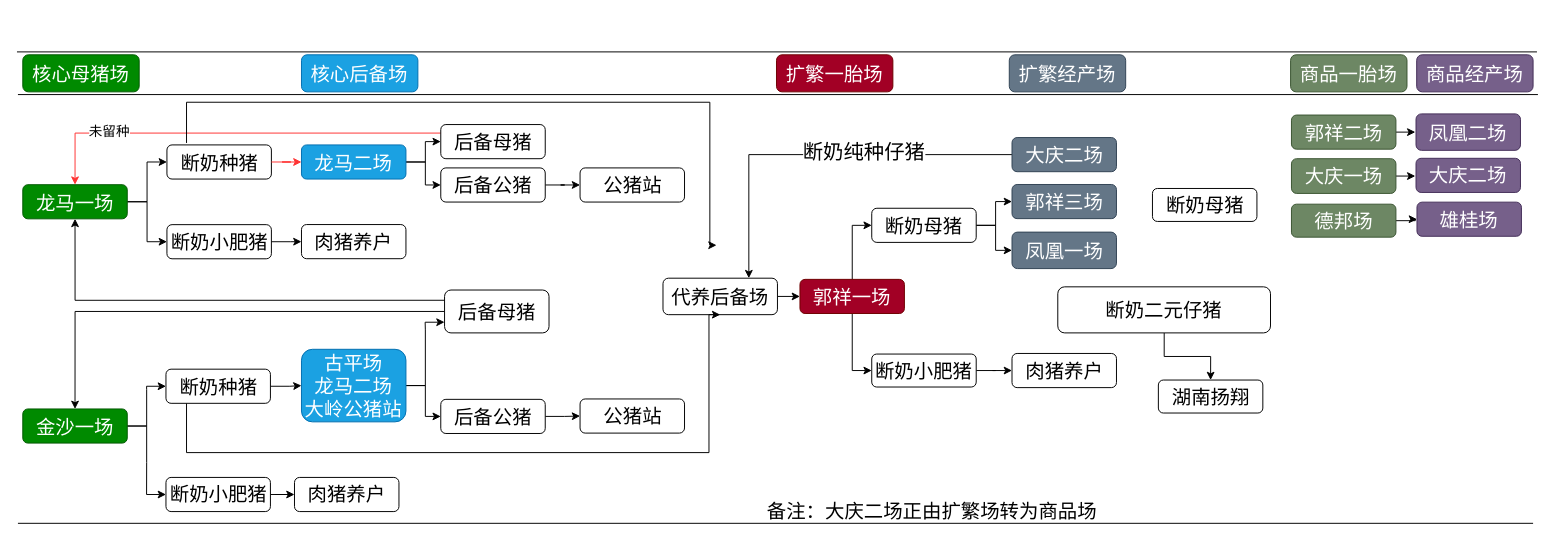
The draw.io diagram 体系规划.drawio in tony2015116/flowchart, before the edit. Source tidied: cells renumbered, new cells numbered last; positions are measured from the earlier drawing's top-left corner, leaving out a move shared by most shapes. Both pictures are drawn from the tidied source at 97%, with x=0, y=0 at pixel (16, 51).
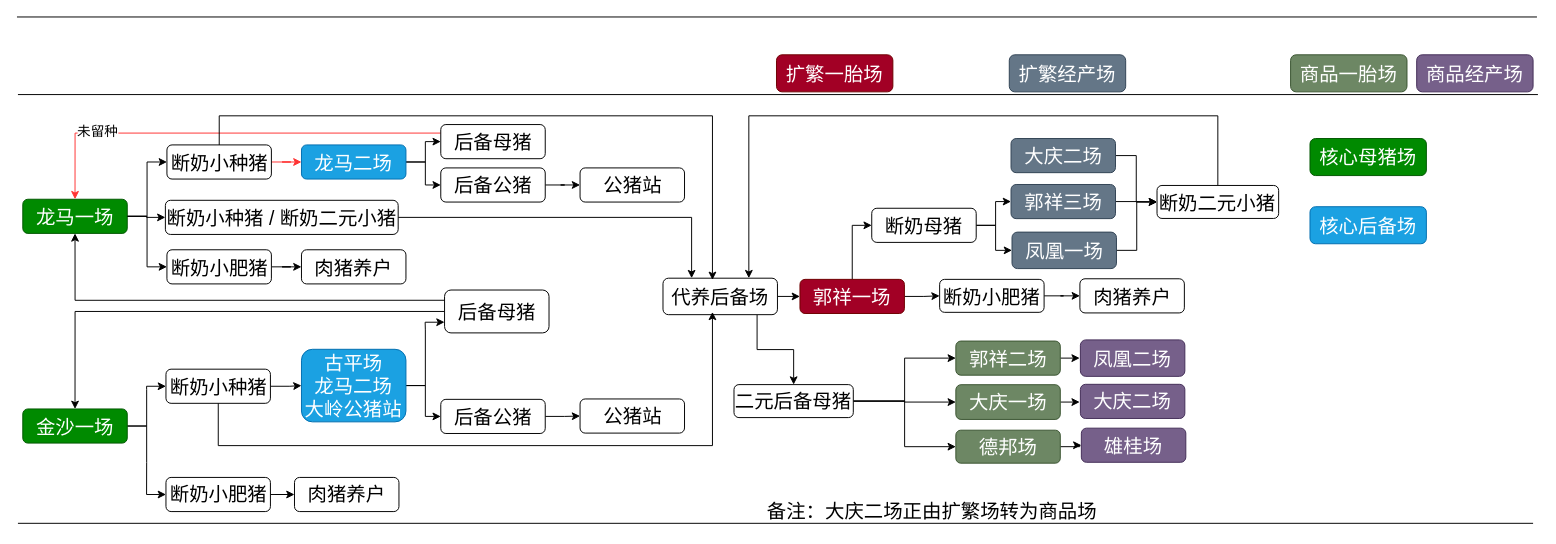
Above is the later version.

Commit message:
更新体系规划6.drawio

Unchanged cells that the change refers to:
```xml
<mxCell id="4" style="group;fontSize=20;" parent="1" vertex="1">
  <mxGeometry x="6" y="28.9" width="1544" height="451.2" as="geometry" />
</mxCell>
<mxCell id="29" value="凤凰一场" style="rounded=1;whiteSpace=wrap;html=1;fontSize=20;fillColor=#647687;fontColor=#ffffff;strokeColor=#314354;" parent="4" vertex="1">
  <mxGeometry x="1019.8" y="156.9" width="107.7" height="37.6" as="geometry" />
</mxCell>
<mxCell id="62" value="代养后备场" style="rounded=1;whiteSpace=wrap;html=1;fontSize=20;" parent="4" vertex="1">
  <mxGeometry x="660" y="204.4" width="118" height="37.6" as="geometry" />
</mxCell>
```

What changed in the source:
```diff
@@
-    <mxCell id="3" value="核心母猪场" style="rounded=1;whiteSpace=wrap;html=1;fontSize=20;fillColor=#008a00;fontColor=#ffffff;strokeColor=#005700;" parent="1" vertex="1">
-      <mxGeometry x="6" y="3" width="120" height="38.2" as="geometry" />
-    </mxCell>
@@
     <mxCell id="23" value="断奶小肥猪" style="rounded=1;whiteSpace=wrap;html=1;fontSize=20;" parent="4" vertex="1">
-      <mxGeometry x="875.2" y="282.6" width="107.7" height="34" as="geometry" />
+      <mxGeometry x="945.2" y="205.6" width="107.7" height="34" as="geometry" />
     </mxCell>
@@
     <mxCell id="27" value="肉猪养户" style="rounded=1;whiteSpace=wrap;html=1;fontSize=20;" parent="4" vertex="1">
-      <mxGeometry x="1019.8" y="282" width="107.7" height="35.2" as="geometry" />
+      <mxGeometry x="1089.8" y="205" width="107.7" height="35.2" as="geometry" />
     </mxCell>
+    <mxCell id="79" style="edgeStyle=orthogonalEdgeStyle;rounded=0;jettySize=auto;html=1;entryX=0;entryY=0.5;entryDx=0;entryDy=0;" parent="4" edge="1" source="28" target="73">
+      <mxGeometry relative="1" as="geometry" />
+    </mxCell>
     <mxCell id="28" value="郭祥三场" style="rounded=1;whiteSpace=wrap;html=1;fontSize=20;fillColor=#647687;fontColor=#ffffff;strokeColor=#314354;" parent="4" vertex="1">
-      <mxGeometry x="1019.8" y="107.8" width="107.7" height="35.2" as="geometry" />
+      <mxGeometry x="1018.8" y="107.8" width="107.7" height="35.2" as="geometry" />
     </mxCell>
+    <mxCell id="80" style="edgeStyle=orthogonalEdgeStyle;rounded=0;jettySize=auto;html=1;entryX=0;entryY=0.5;entryDx=0;entryDy=0;" parent="4" edge="1" source="29" target="73">
+      <mxGeometry relative="1" as="geometry" />
+    </mxCell>
@@
     <mxCell id="33" value="龙马一场" style="rounded=1;whiteSpace=wrap;html=1;fontSize=20;fillColor=#008a00;fontColor=#ffffff;strokeColor=#005700;" parent="4" vertex="1">
-      <mxGeometry y="108" width="107.7" height="35.2" as="geometry" />
+      <mxGeometry y="123" width="107.7" height="35.2" as="geometry" />
     </mxCell>
@@
-    <mxCell id="37" style="group;fontSize=20;" parent="4" vertex="1">
-      <mxGeometry x="143.6" y="67" width="107.7" height="117.4" as="geometry" />
-    </mxCell>
-    <mxCell id="38" value="断奶种猪" style="rounded=1;whiteSpace=wrap;html=1;fontSize=20;" parent="37" vertex="1">
-      <mxGeometry x="5" width="107.7" height="35.2" as="geometry" />
-    </mxCell>
-    <mxCell id="39" value="断奶小肥猪" style="rounded=1;whiteSpace=wrap;html=1;fontSize=20;" parent="37" vertex="1">
-      <mxGeometry x="5" y="82.2" width="107.7" height="35.2" as="geometry" />
-    </mxCell>
@@
     <mxCell id="41" value="肉猪养户" style="rounded=1;whiteSpace=wrap;html=1;fontSize=20;" parent="4" vertex="1">
-      <mxGeometry x="287.3" y="149.1" width="107.7" height="35.2" as="geometry" />
+      <mxGeometry x="287.3" y="175.1" width="107.7" height="35.2" as="geometry" />
     </mxCell>
@@
     <mxCell id="49" value="德邦场" style="rounded=1;whiteSpace=wrap;html=1;fontSize=20;fillColor=#6d8764;fontColor=#ffffff;strokeColor=#3A5431;" parent="4" vertex="1">
-      <mxGeometry x="1307.9" y="128.1" width="107.7" height="34" as="geometry" />
+      <mxGeometry x="961.9" y="361.1" width="107.7" height="34" as="geometry" />
     </mxCell>
@@
     <mxCell id="51" value="大庆一场" style="rounded=1;whiteSpace=wrap;html=1;fontSize=20;fillColor=#6d8764;fontColor=#ffffff;strokeColor=#3A5431;" parent="4" vertex="1">
-      <mxGeometry x="1307.9" y="81.2" width="107.7" height="35.8" as="geometry" />
+      <mxGeometry x="961.9" y="314.2" width="107.7" height="35.8" as="geometry" />
     </mxCell>
@@
     <mxCell id="53" value="郭祥二场" style="rounded=1;whiteSpace=wrap;html=1;fontSize=20;fillColor=#6d8764;fontColor=#ffffff;strokeColor=#3A5431;" parent="4" vertex="1">
-      <mxGeometry x="1307.9" y="36.2" width="107.7" height="35.2" as="geometry" />
+      <mxGeometry x="961.9" y="269.2" width="107.7" height="35.2" as="geometry" />
     </mxCell>
     <mxCell id="54" value="雄桂场" style="rounded=1;whiteSpace=wrap;html=1;fontSize=20;fillColor=#76608a;fontColor=#ffffff;strokeColor=#432D57;" parent="4" vertex="1">
-      <mxGeometry x="1437.3" y="126" width="107.7" height="35.2" as="geometry" />
+      <mxGeometry x="1091.3" y="359" width="107.7" height="35.2" as="geometry" />
     </mxCell>
     <mxCell id="55" value="大庆二场" style="rounded=1;whiteSpace=wrap;html=1;fontSize=20;fillColor=#76608a;fontColor=#ffffff;strokeColor=#432D57;" parent="4" vertex="1">
-      <mxGeometry x="1436.3" y="80.8" width="107.7" height="35.2" as="geometry" />
+      <mxGeometry x="1090.3" y="313.8" width="107.7" height="35.2" as="geometry" />
     </mxCell>
     <mxCell id="56" value="凤凰二场" style="rounded=1;whiteSpace=wrap;html=1;fontSize=20;fillColor=#76608a;fontColor=#ffffff;strokeColor=#432D57;" parent="4" vertex="1">
-      <mxGeometry x="1436.3" y="35" width="107.7" height="37.6" as="geometry" />
+      <mxGeometry x="1090.3" y="268" width="107.7" height="37.6" as="geometry" />
     </mxCell>
@@
-    <mxCell id="58" style="edgeStyle=orthogonalEdgeStyle;rounded=0;jettySize=auto;html=1;entryX=0.75;entryY=0;entryDx=0;entryDy=0;fontSize=20;" parent="4" edge="1" source="60" target="62">
-      <mxGeometry relative="1" as="geometry" />
-    </mxCell>
-    <mxCell id="59" value="断奶纯种仔猪" style="edgeLabel;html=1;align=center;verticalAlign=middle;fontSize=21;" parent="58" vertex="1">
-      <mxGeometry x="-0.23" y="-3" relative="1" as="geometry" />
-    </mxCell>
+    <mxCell id="81" style="edgeStyle=orthogonalEdgeStyle;rounded=0;jettySize=auto;html=1;entryX=0;entryY=0.5;entryDx=0;entryDy=0;" parent="4" edge="1" source="60" target="73">
+      <mxGeometry relative="1" as="geometry" />
+    </mxCell>
     <mxCell id="60" value="大庆二场" style="rounded=1;whiteSpace=wrap;html=1;fontSize=20;fillColor=#647687;fontColor=#ffffff;strokeColor=#314354;" parent="4" vertex="1">
-      <mxGeometry x="1019.8" y="59.4" width="107.7" height="35.2" as="geometry" />
+      <mxGeometry x="1018.8" y="60.4" width="107.7" height="35.2" as="geometry" />
     </mxCell>
@@
+    <mxCell id="82" style="edgeStyle=orthogonalEdgeStyle;rounded=0;jettySize=auto;html=1;entryX=0.5;entryY=0;entryDx=0;entryDy=0;" parent="4" edge="1" source="62" target="87">
+      <mxGeometry relative="1" as="geometry">
+        <Array as="points">
+          <mxPoint x="757" y="278" />
+          <mxPoint x="795" y="278" />
+        </Array>
+      </mxGeometry>
+    </mxCell>
@@
-    <mxCell id="63" style="edgeStyle=orthogonalEdgeStyle;rounded=0;jettySize=auto;html=1;entryX=0.5;entryY=1;entryDx=0;entryDy=0;fontSize=20;" parent="4" edge="1" target="62">
-      <mxGeometry relative="1" as="geometry">
-        <mxPoint x="168.8" y="333.4" as="sourcePoint" />
-        <Array as="points">
-          <mxPoint x="168.8" y="384.2" />
-          <mxPoint x="707.4" y="384.2" />
-        </Array>
-      </mxGeometry>
-    </mxCell>
-    <mxCell id="64" value="断奶种猪" style="rounded=1;whiteSpace=wrap;html=1;fontSize=20;" parent="4" vertex="1">
+    <mxCell id="64" value="断奶小种猪" style="rounded=1;whiteSpace=wrap;html=1;fontSize=20;" parent="4" vertex="1">
       <mxGeometry x="147.6" y="298.2" width="107.7" height="35.2" as="geometry" />
     </mxCell>
@@
-    <mxCell id="66" style="edgeStyle=orthogonalEdgeStyle;rounded=0;orthogonalLoop=1;jettySize=auto;html=1;entryX=0.5;entryY=0;entryDx=0;entryDy=0;fontSize=20;" parent="4" edge="1">
-      <mxGeometry relative="1" as="geometry">
-        <mxPoint x="168.8" y="65" as="sourcePoint" />
-        <mxPoint x="715.2" y="170.4" as="targetPoint" />
-        <Array as="points">
-          <mxPoint x="168.8" y="23" />
-          <mxPoint x="708.3" y="23" />
-        </Array>
-      </mxGeometry>
-    </mxCell>
-    <mxCell id="67" style="edgeStyle=orthogonalEdgeStyle;rounded=0;jettySize=auto;html=1;entryX=0.5;entryY=0;entryDx=0;entryDy=0;fontSize=20;" parent="4" edge="1" source="68" target="69">
-      <mxGeometry relative="1" as="geometry" />
-    </mxCell>
-    <mxCell id="68" value="断奶二元&lt;span style=&quot;background-color: transparent; color: light-dark(rgb(0, 0, 0), rgb(255, 255, 255));&quot;&gt;仔猪&lt;/span&gt;" style="rounded=1;whiteSpace=wrap;html=1;fontSize=20;" parent="4" vertex="1">
-      <mxGeometry x="1067" y="213.3" width="219.3" height="47.5" as="geometry" />
-    </mxCell>
-    <mxCell id="69" value="湖南扬翔" style="rounded=1;whiteSpace=wrap;html=1;fontSize=20;" parent="4" vertex="1">
-      <mxGeometry x="1170.7" y="309.4" width="107.7" height="34" as="geometry" />
-    </mxCell>
@@
     <mxCell id="71" value="核心后备场" style="rounded=1;whiteSpace=wrap;html=1;fontSize=20;fillColor=#1ba1e2;fontColor=#ffffff;strokeColor=#006EAF;" parent="4" vertex="1">
-      <mxGeometry x="287.3" y="-25.9" width="120" height="38.2" as="geometry" />
+      <mxGeometry x="1327" y="130.7" width="120" height="38.2" as="geometry" />
     </mxCell>
@@
+    <mxCell id="83" style="edgeStyle=orthogonalEdgeStyle;rounded=0;jettySize=auto;html=1;entryX=0.75;entryY=0;entryDx=0;entryDy=0;" parent="4" edge="1" source="73" target="62">
+      <mxGeometry relative="1" as="geometry">
+        <Array as="points">
+          <mxPoint x="1232" y="37" />
+          <mxPoint x="749" y="37" />
+        </Array>
+      </mxGeometry>
+    </mxCell>
-    <mxCell id="73" value="断奶母猪" style="rounded=1;whiteSpace=wrap;html=1;fontSize=20;" parent="4" vertex="1">
-      <mxGeometry x="1164.6" y="111.9" width="107.7" height="34" as="geometry" />
+    <mxCell id="73" value="断奶二元小猪" style="rounded=1;whiteSpace=wrap;html=1;fontSize=20;" parent="4" vertex="1">
+      <mxGeometry x="1169.3" y="108.8" width="125.4" height="34" as="geometry" />
     </mxCell>
+    <mxCell id="38" value="断奶小种猪" style="rounded=1;whiteSpace=wrap;html=1;fontSize=20;" parent="4" vertex="1">
+      <mxGeometry x="148.6" y="67" width="107.7" height="35.2" as="geometry" />
+    </mxCell>
+    <mxCell id="39" value="断奶小肥猪" style="rounded=1;whiteSpace=wrap;html=1;fontSize=20;" parent="4" vertex="1">
+      <mxGeometry x="148.6" y="175.1" width="107.7" height="35.2" as="geometry" />
+    </mxCell>
+    <mxCell id="84" style="edgeStyle=orthogonalEdgeStyle;rounded=0;jettySize=auto;html=1;entryX=0;entryY=0.5;entryDx=0;entryDy=0;" parent="4" edge="1" source="87" target="53">
+      <mxGeometry relative="1" as="geometry" />
+    </mxCell>
+    <mxCell id="85" style="edgeStyle=orthogonalEdgeStyle;rounded=0;jettySize=auto;html=1;entryX=0;entryY=0.5;entryDx=0;entryDy=0;" parent="4" edge="1" source="87" target="51">
+      <mxGeometry relative="1" as="geometry" />
+    </mxCell>
+    <mxCell id="86" style="edgeStyle=orthogonalEdgeStyle;rounded=0;jettySize=auto;html=1;entryX=0;entryY=0.5;entryDx=0;entryDy=0;" parent="4" edge="1" source="87" target="49">
+      <mxGeometry relative="1" as="geometry" />
+    </mxCell>
+    <mxCell id="87" value="二元后备母猪" style="rounded=1;whiteSpace=wrap;html=1;fontSize=20;" parent="4" vertex="1">
+      <mxGeometry x="733.2" y="314.1" width="123" height="34" as="geometry" />
+    </mxCell>
+    <mxCell id="88" style="edgeStyle=orthogonalEdgeStyle;rounded=0;jettySize=auto;html=1;entryX=0.432;entryY=0.047;entryDx=0;entryDy=0;entryPerimeter=0;" parent="4" edge="1" source="38" target="62">
+      <mxGeometry relative="1" as="geometry">
+        <Array as="points">
+          <mxPoint x="202" y="37" />
+          <mxPoint x="711" y="37" />
+        </Array>
+      </mxGeometry>
+    </mxCell>
+    <mxCell id="89" style="edgeStyle=orthogonalEdgeStyle;rounded=0;jettySize=auto;html=1;entryX=0.432;entryY=0.924;entryDx=0;entryDy=0;entryPerimeter=0;" parent="4" edge="1" source="64" target="62">
+      <mxGeometry relative="1" as="geometry">
+        <Array as="points">
+          <mxPoint x="201" y="377" />
+          <mxPoint x="711" y="377" />
+        </Array>
+      </mxGeometry>
+    </mxCell>
+    <mxCell id="3" value="核心母猪场" style="rounded=1;whiteSpace=wrap;html=1;fontSize=20;fillColor=#008a00;fontColor=#ffffff;strokeColor=#005700;" parent="4" vertex="1">
+      <mxGeometry x="1327" y="60.4" width="120" height="38.2" as="geometry" />
+    </mxCell>
@@
     <mxCell id="78" style="endArrow=none;html=1;rounded=0;fontSize=20;" parent="1" edge="1">
       <mxGeometry relative="1" as="geometry">
-        <mxPoint as="sourcePoint" />
-        <mxPoint x="1567" as="targetPoint" />
+        <mxPoint y="-36" as="sourcePoint" />
+        <mxPoint x="1567" y="-36" as="targetPoint" />
       </mxGeometry>
     </mxCell>
+    <mxCell id="90" style="edgeStyle=orthogonalEdgeStyle;rounded=0;jettySize=auto;html=1;entryX=0.25;entryY=0;entryDx=0;entryDy=0;" parent="1" edge="1" source="91" target="62">
+      <mxGeometry relative="1" as="geometry" />
+    </mxCell>
+    <mxCell id="91" value="断奶小种猪 / 断奶二元小猪" style="rounded=1;whiteSpace=wrap;html=1;fontSize=20;" parent="1" vertex="1">
+      <mxGeometry x="153" y="153" width="240" height="35.2" as="geometry" />
+    </mxCell>
+    <mxCell id="92" style="edgeStyle=orthogonalEdgeStyle;rounded=0;jettySize=auto;html=1;" parent="1" edge="1" source="33" target="91">
+      <mxGeometry relative="1" as="geometry" />
+    </mxCell>
```
